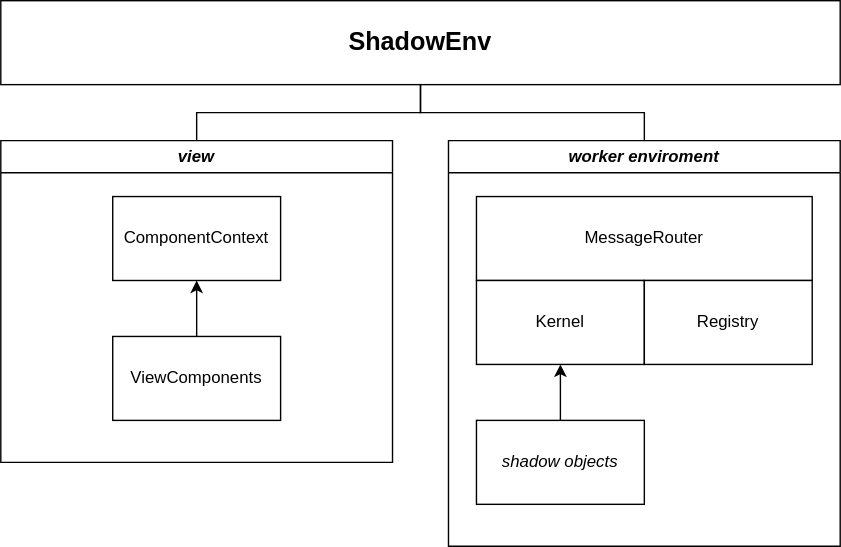
This is packages/shadow-ents/src/view/ShadowEnv.drawio.svg from spearwolf/shadow-objects, a draw.io export, as it was before one commit. Source tidied: cells renumbered, new cells last; positions are measured from the earlier drawing's top-left corner, leaving out a move shared by most shapes.
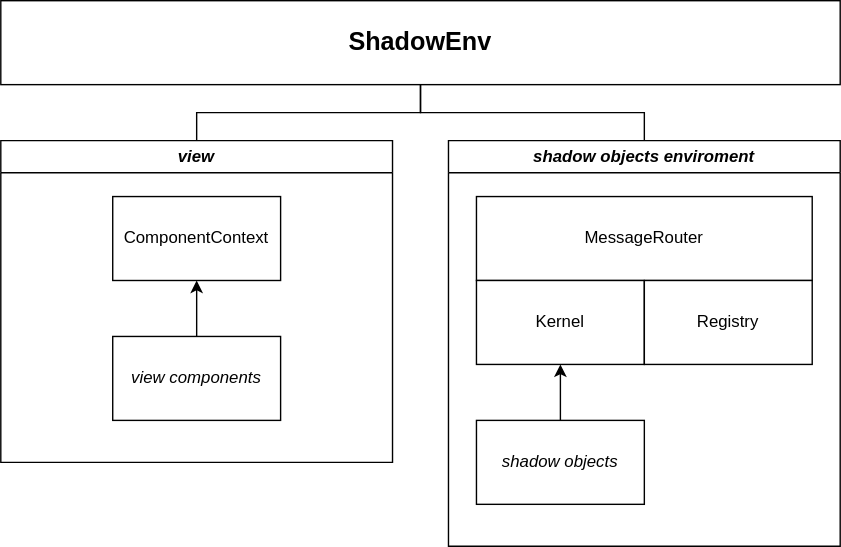
Later version of the same file.

Commit message:
shadow-ents: update docs

Diff of the diagram source:
```diff
@@ -17,13 +17,13 @@
     <mxCell id="6" style="edgeStyle=orthogonalEdgeStyle;rounded=0;jettySize=auto;html=1;entryX=0.5;entryY=1;entryDx=0;entryDy=0;" parent="4" edge="1" source="7" target="5">
       <mxGeometry relative="1" as="geometry" />
     </mxCell>
-    <mxCell id="7" value="ViewComponents" style="rounded=0;whiteSpace=wrap;html=1;" parent="4" vertex="1">
+    <mxCell id="7" value="&lt;i&gt;view components&lt;/i&gt;" style="rounded=0;whiteSpace=wrap;html=1;" parent="4" vertex="1">
       <mxGeometry x="80" y="140" width="120" height="60" as="geometry" />
     </mxCell>
     <mxCell id="8" style="edgeStyle=orthogonalEdgeStyle;rounded=0;jettySize=auto;html=1;entryX=0.5;entryY=1;entryDx=0;entryDy=0;strokeColor=default;endArrow=none;endFill=0;" parent="1" edge="1" source="9" target="2">
       <mxGeometry relative="1" as="geometry" />
     </mxCell>
-    <mxCell id="9" value="&lt;i&gt;worker enviroment&lt;/i&gt;" style="swimlane;whiteSpace=wrap;html=1;" parent="1" vertex="1">
+    <mxCell id="9" value="&lt;i&gt;shadow objects enviroment&lt;/i&gt;" style="swimlane;whiteSpace=wrap;html=1;" parent="1" vertex="1">
       <mxGeometry x="320" y="100" width="280" height="290" as="geometry" />
     </mxCell>
     <mxCell id="10" value="MessageRouter" style="rounded=0;whiteSpace=wrap;html=1;" parent="9" vertex="1">
```
